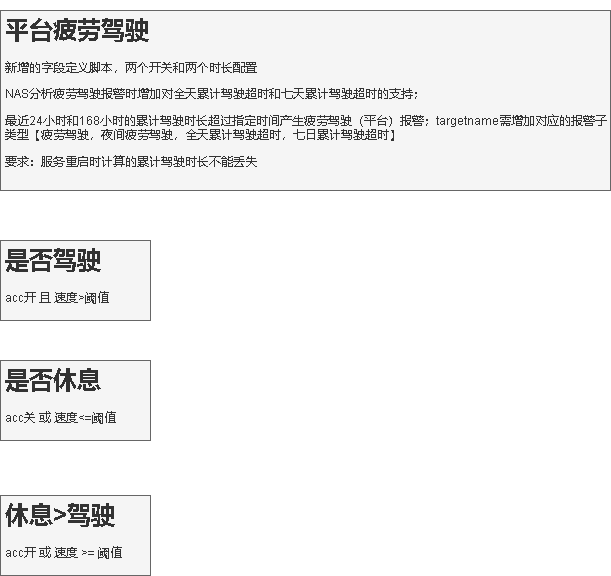
Before: 平台疲劳驾驶.drawio.png, a diagram exported from draw.io (xktder/draw). Source tidied: cells renumbered, new cells last; positions are measured from the earlier drawing's top-left corner, leaving out a move shared by most shapes.
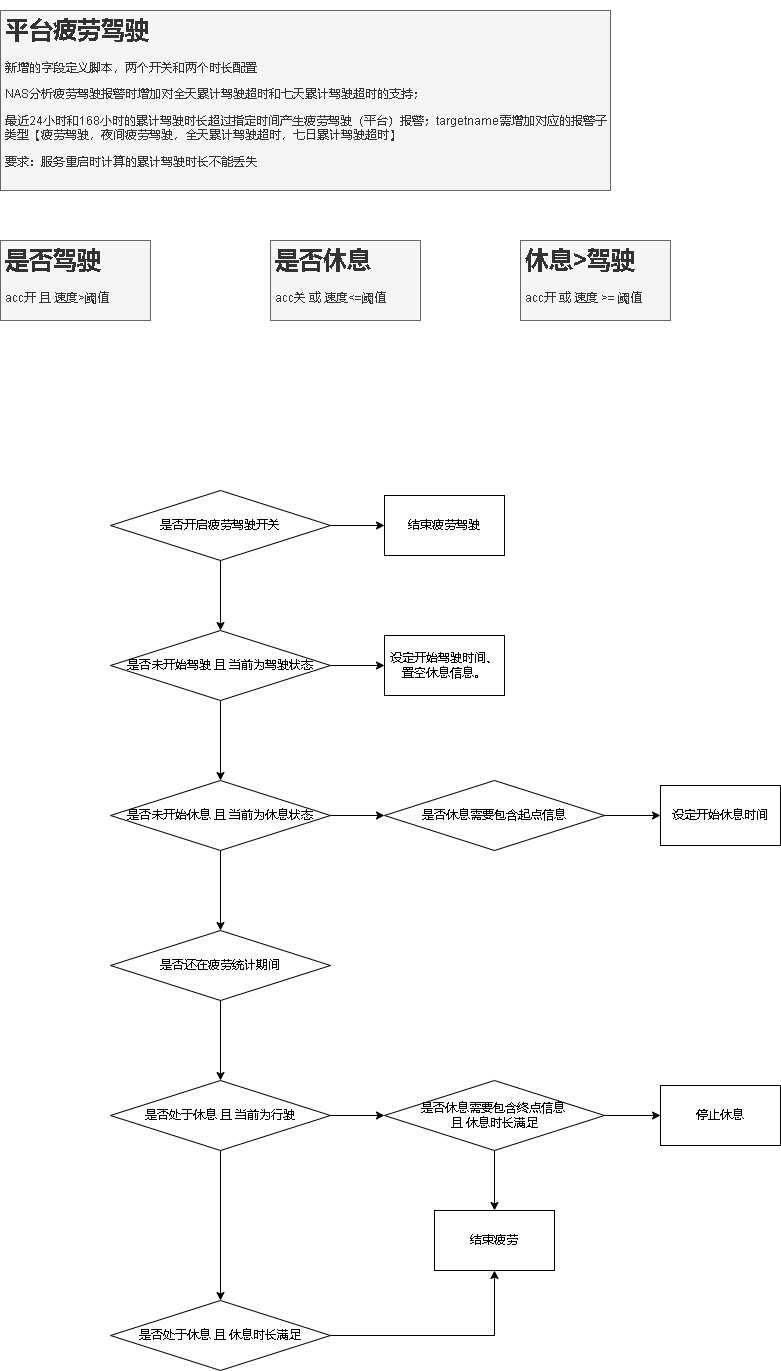
The same file after the commit.

Commit message:
更新平台疲劳驾驶.drawio.png

Change to the diagram source:
```diff
@@ -9,10 +9,88 @@
       <mxGeometry y="230" width="150" height="80" as="geometry" />
     </mxCell>
     <mxCell id="4" value="&lt;h1&gt;是否休息&lt;/h1&gt;&lt;div&gt;acc关 或 速度&amp;lt;=阈值&lt;/div&gt;" style="text;html=1;spacing=5;spacingTop=-20;whiteSpace=wrap;overflow=hidden;rounded=0;fillColor=#f5f5f5;fontColor=#333333;strokeColor=#666666;" parent="1" vertex="1">
-      <mxGeometry y="350" width="150" height="80" as="geometry" />
+      <mxGeometry x="270" y="230" width="150" height="80" as="geometry" />
     </mxCell>
     <mxCell id="5" value="&lt;h1&gt;休息&amp;gt;驾驶&lt;/h1&gt;&lt;div&gt;acc开 或 速度 &amp;gt;= 阈值&lt;/div&gt;" style="text;html=1;spacing=5;spacingTop=-20;whiteSpace=wrap;overflow=hidden;rounded=0;fillColor=#f5f5f5;fontColor=#333333;strokeColor=#666666;" parent="1" vertex="1">
-      <mxGeometry y="485" width="150" height="80" as="geometry" />
+      <mxGeometry x="520" y="230" width="150" height="80" as="geometry" />
     </mxCell>
+    <mxCell id="6" style="edgeStyle=orthogonalEdgeStyle;rounded=0;jettySize=auto;html=1;" parent="1" edge="1" source="8" target="9">
+      <mxGeometry relative="1" as="geometry" />
+    </mxCell>
+    <mxCell id="7" style="edgeStyle=orthogonalEdgeStyle;rounded=0;jettySize=auto;html=1;" parent="1" edge="1" source="8" target="12">
+      <mxGeometry relative="1" as="geometry" />
+    </mxCell>
+    <mxCell id="8" value="是否开启疲劳驾驶开关" style="rhombus;whiteSpace=wrap;html=1;" parent="1" vertex="1">
+      <mxGeometry x="110" y="480" width="220" height="70" as="geometry" />
+    </mxCell>
+    <mxCell id="9" value="结束疲劳驾驶" style="whiteSpace=wrap;html=1;" parent="1" vertex="1">
+      <mxGeometry x="384" y="485" width="120" height="60" as="geometry" />
+    </mxCell>
+    <mxCell id="10" style="edgeStyle=orthogonalEdgeStyle;rounded=0;jettySize=auto;html=1;" parent="1" edge="1" source="12" target="13">
+      <mxGeometry relative="1" as="geometry" />
+    </mxCell>
+    <mxCell id="11" style="edgeStyle=orthogonalEdgeStyle;rounded=0;jettySize=auto;html=1;" parent="1" edge="1" source="12" target="16">
+      <mxGeometry relative="1" as="geometry" />
+    </mxCell>
+    <mxCell id="12" value="是否未开始驾驶 且 当前为驾驶状态" style="rhombus;whiteSpace=wrap;html=1;" parent="1" vertex="1">
+      <mxGeometry x="110" y="620" width="220" height="70" as="geometry" />
+    </mxCell>
+    <mxCell id="13" value="设定开始驾驶时间、&lt;br&gt;置空休息信息。" style="whiteSpace=wrap;html=1;" parent="1" vertex="1">
+      <mxGeometry x="384" y="625" width="120" height="60" as="geometry" />
+    </mxCell>
+    <mxCell id="14" style="edgeStyle=orthogonalEdgeStyle;rounded=0;jettySize=auto;html=1;entryX=0;entryY=0.5;entryDx=0;entryDy=0;" parent="1" edge="1" source="16" target="18">
+      <mxGeometry relative="1" as="geometry" />
+    </mxCell>
+    <mxCell id="15" style="edgeStyle=orthogonalEdgeStyle;rounded=0;jettySize=auto;html=1;" parent="1" edge="1" source="16" target="21">
+      <mxGeometry relative="1" as="geometry" />
+    </mxCell>
+    <mxCell id="16" value="是否未开始休息 且 当前为休息状态" style="rhombus;whiteSpace=wrap;html=1;" parent="1" vertex="1">
+      <mxGeometry x="110" y="770" width="220" height="70" as="geometry" />
+    </mxCell>
+    <mxCell id="17" style="edgeStyle=orthogonalEdgeStyle;rounded=0;jettySize=auto;html=1;" parent="1" edge="1" source="18" target="19">
+      <mxGeometry relative="1" as="geometry" />
+    </mxCell>
+    <mxCell id="18" value="是否休息需要包含起点信息" style="rhombus;whiteSpace=wrap;html=1;" parent="1" vertex="1">
+      <mxGeometry x="384" y="770" width="220" height="70" as="geometry" />
+    </mxCell>
+    <mxCell id="19" value="设定开始休息时间" style="whiteSpace=wrap;html=1;" parent="1" vertex="1">
+      <mxGeometry x="660" y="775" width="120" height="60" as="geometry" />
+    </mxCell>
+    <mxCell id="20" style="edgeStyle=orthogonalEdgeStyle;rounded=0;jettySize=auto;html=1;" parent="1" edge="1" source="21" target="24">
+      <mxGeometry relative="1" as="geometry" />
+    </mxCell>
+    <mxCell id="21" value="是否还在疲劳统计期间" style="rhombus;whiteSpace=wrap;html=1;" parent="1" vertex="1">
+      <mxGeometry x="110" y="920" width="220" height="70" as="geometry" />
+    </mxCell>
+    <mxCell id="22" style="edgeStyle=orthogonalEdgeStyle;rounded=0;jettySize=auto;html=1;" parent="1" edge="1" source="24" target="27">
+      <mxGeometry relative="1" as="geometry" />
+    </mxCell>
+    <mxCell id="23" style="edgeStyle=orthogonalEdgeStyle;rounded=0;jettySize=auto;html=1;" parent="1" edge="1" source="24" target="31">
+      <mxGeometry relative="1" as="geometry" />
+    </mxCell>
+    <mxCell id="24" value="是否处于休息 且 当前为行驶" style="rhombus;whiteSpace=wrap;html=1;" parent="1" vertex="1">
+      <mxGeometry x="110" y="1070" width="220" height="70" as="geometry" />
+    </mxCell>
+    <mxCell id="25" style="edgeStyle=orthogonalEdgeStyle;rounded=0;jettySize=auto;html=1;entryX=0.5;entryY=0;entryDx=0;entryDy=0;" parent="1" edge="1" source="27" target="28">
+      <mxGeometry relative="1" as="geometry" />
+    </mxCell>
+    <mxCell id="26" style="edgeStyle=orthogonalEdgeStyle;rounded=0;jettySize=auto;html=1;entryX=0;entryY=0.5;entryDx=0;entryDy=0;" parent="1" edge="1" source="27" target="29">
+      <mxGeometry relative="1" as="geometry" />
+    </mxCell>
+    <mxCell id="27" value="是否休息需要包含终点信息 &lt;br&gt;且 休息时长满足" style="rhombus;whiteSpace=wrap;html=1;" parent="1" vertex="1">
+      <mxGeometry x="384" y="1070" width="220" height="70" as="geometry" />
+    </mxCell>
+    <mxCell id="28" value="结束疲劳" style="whiteSpace=wrap;html=1;" parent="1" vertex="1">
+      <mxGeometry x="434" y="1200" width="120" height="60" as="geometry" />
+    </mxCell>
+    <mxCell id="29" value="停止休息" style="whiteSpace=wrap;html=1;" parent="1" vertex="1">
+      <mxGeometry x="660" y="1075" width="120" height="60" as="geometry" />
+    </mxCell>
+    <mxCell id="30" style="edgeStyle=orthogonalEdgeStyle;rounded=0;jettySize=auto;html=1;entryX=0.5;entryY=1;entryDx=0;entryDy=0;" parent="1" edge="1" source="31" target="28">
+      <mxGeometry relative="1" as="geometry" />
+    </mxCell>
+    <mxCell id="31" value="是否处于休息 且 休息时长满足" style="rhombus;whiteSpace=wrap;html=1;" parent="1" vertex="1">
+      <mxGeometry x="110" y="1290" width="220" height="70" as="geometry" />
+    </mxCell>
   </root>
 </mxGraphModel>
```
